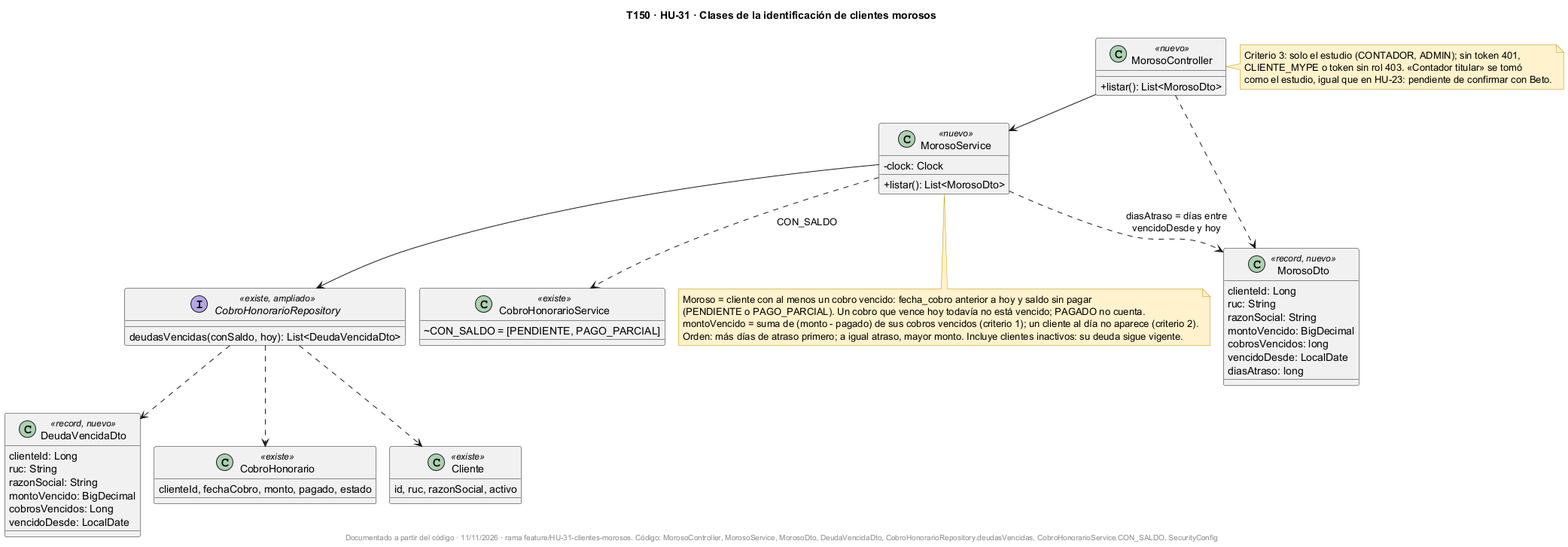
Before: docs/uml/img/T150-HU31-clases.png, a diagram exported from PlantUML (fabianrodriguez33/plus-contable).
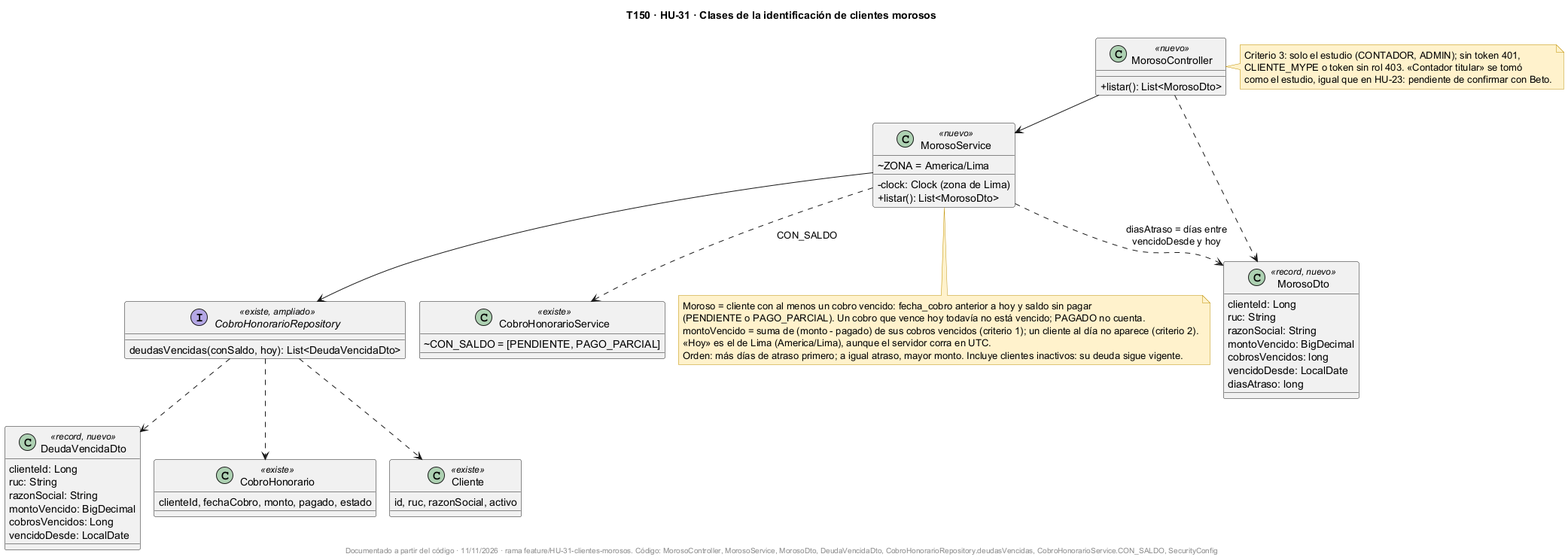
After the commit.

Commit message:
HU-31: singular con un solo moroso y «hoy» en la zona de Lima (revisión de #59)

The edit, as a diff of the source:
```diff
@@ -11,7 +11,8 @@
 }
 
 class MorosoService <<nuevo>> {
-  -clock: Clock
+  ~ZONA = America/Lima
+  -clock: Clock (zona de Lima)
   +listar(): List<MorosoDto>
 }
 
@@ -63,6 +64,7 @@
   Moroso = cliente con al menos un cobro vencido: fecha_cobro anterior a hoy y saldo sin pagar
   (PENDIENTE o PAGO_PARCIAL). Un cobro que vence hoy todavía no está vencido; PAGADO no cuenta.
   montoVencido = suma de (monto - pagado) de sus cobros vencidos (criterio 1); un cliente al día no aparece (criterio 2).
+  «Hoy» es el de Lima (America/Lima), aunque el servidor corra en UTC.
   Orden: más días de atraso primero; a igual atraso, mayor monto. Incluye clientes inactivos: su deuda sigue vigente.
 end note
 
```
